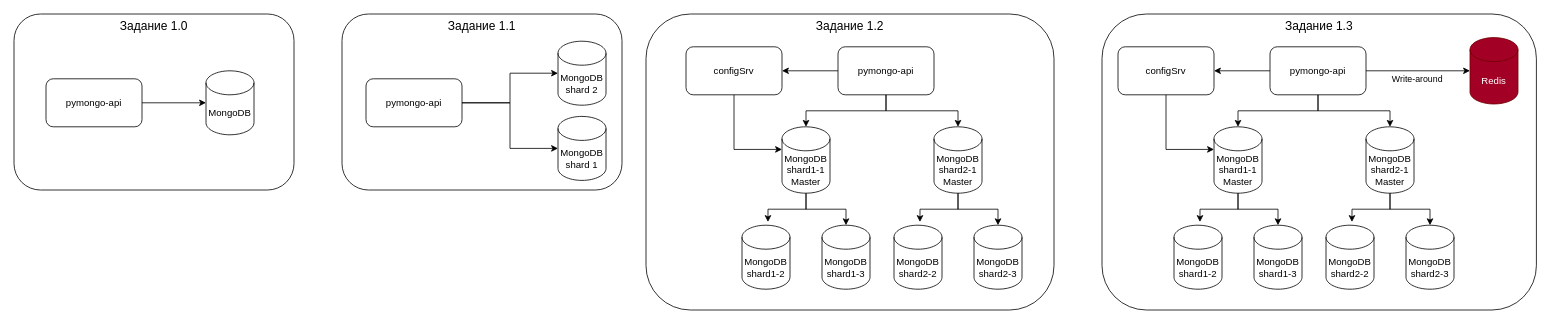
This is task1/task1.drawio from IvlevGreg/architecture-black_friday, a draw.io file, before an edit. Source tidied: cells renumbered, new cells numbered last; positions are measured from the earlier drawing's top-left corner, leaving out a move shared by most shapes. Both pictures are drawn from the tidied source at 80%, with x=0, y=0 at pixel (14, 14).
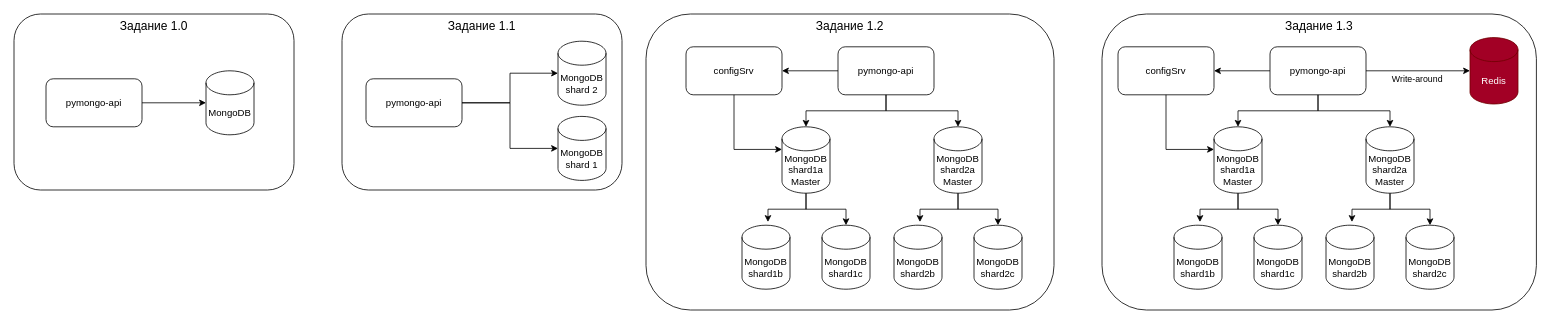
The same diagram, later.

Commit message:
Задание 1 поправил нейминг шардов

Change to the diagram source:
```diff
@@
-    <mxCell id="15" value="MongoDB&lt;div&gt;shard2-1&lt;/div&gt;&lt;div&gt;Master&lt;/div&gt;" style="shape=cylinder3;whiteSpace=wrap;html=1;boundedLbl=1;backgroundOutline=1;size=15;" parent="1" vertex="1">
+    <mxCell id="15" value="MongoDB&lt;div&gt;shard2a&lt;/div&gt;&lt;div&gt;Master&lt;/div&gt;" style="shape=cylinder3;whiteSpace=wrap;html=1;boundedLbl=1;backgroundOutline=1;size=15;" parent="1" vertex="1">
       <mxGeometry x="1150" y="141" width="60" height="83" as="geometry" />
     </mxCell>
@@
-    <mxCell id="17" value="MongoDB&lt;div&gt;shard2-2&lt;/div&gt;" style="shape=cylinder3;whiteSpace=wrap;html=1;boundedLbl=1;backgroundOutline=1;size=15;" parent="1" vertex="1">
+    <mxCell id="17" value="MongoDB&lt;div&gt;shard2b&lt;/div&gt;" style="shape=cylinder3;whiteSpace=wrap;html=1;boundedLbl=1;backgroundOutline=1;size=15;" parent="1" vertex="1">
       <mxGeometry x="1100" y="264" width="60" height="80" as="geometry" />
     </mxCell>
-    <mxCell id="18" value="MongoDB&lt;div&gt;shard2-3&lt;/div&gt;" style="shape=cylinder3;whiteSpace=wrap;html=1;boundedLbl=1;backgroundOutline=1;size=15;" parent="1" vertex="1">
+    <mxCell id="18" value="MongoDB&lt;div&gt;shard2c&lt;/div&gt;" style="shape=cylinder3;whiteSpace=wrap;html=1;boundedLbl=1;backgroundOutline=1;size=15;" parent="1" vertex="1">
       <mxGeometry x="1200" y="264" width="60" height="80" as="geometry" />
     </mxCell>
@@
-    <mxCell id="21" value="MongoDB&lt;br&gt;&lt;div&gt;&lt;span style=&quot;background-color: transparent;&quot;&gt;shard1-1&lt;br&gt;&lt;/span&gt;&lt;span style=&quot;background-color: transparent; color: light-dark(rgb(0, 0, 0), rgb(255, 255, 255));&quot;&gt;Master&lt;/span&gt;&lt;/div&gt;" style="shape=cylinder3;whiteSpace=wrap;html=1;boundedLbl=1;backgroundOutline=1;size=15;" parent="1" vertex="1">
+    <mxCell id="21" value="MongoDB&lt;br&gt;&lt;div&gt;&lt;span style=&quot;background-color: transparent;&quot;&gt;shard1a&lt;br&gt;&lt;/span&gt;&lt;span style=&quot;background-color: transparent; color: light-dark(rgb(0, 0, 0), rgb(255, 255, 255));&quot;&gt;Master&lt;/span&gt;&lt;/div&gt;" style="shape=cylinder3;whiteSpace=wrap;html=1;boundedLbl=1;backgroundOutline=1;size=15;" parent="1" vertex="1">
       <mxGeometry x="960" y="141" width="60" height="83" as="geometry" />
     </mxCell>
-    <mxCell id="22" value="MongoDB&lt;div&gt;shard1-2&lt;/div&gt;" style="shape=cylinder3;whiteSpace=wrap;html=1;boundedLbl=1;backgroundOutline=1;size=15;" parent="1" vertex="1">
+    <mxCell id="22" value="MongoDB&lt;div&gt;shard1b&lt;/div&gt;" style="shape=cylinder3;whiteSpace=wrap;html=1;boundedLbl=1;backgroundOutline=1;size=15;" parent="1" vertex="1">
       <mxGeometry x="910" y="264" width="60" height="80" as="geometry" />
     </mxCell>
-    <mxCell id="23" value="MongoDB&lt;div&gt;shard1-3&lt;/div&gt;" style="shape=cylinder3;whiteSpace=wrap;html=1;boundedLbl=1;backgroundOutline=1;size=15;" parent="1" vertex="1">
+    <mxCell id="23" value="MongoDB&lt;div&gt;shard1c&lt;/div&gt;" style="shape=cylinder3;whiteSpace=wrap;html=1;boundedLbl=1;backgroundOutline=1;size=15;" parent="1" vertex="1">
       <mxGeometry x="1010" y="264" width="60" height="80" as="geometry" />
     </mxCell>
@@
-    <mxCell id="41" value="MongoDB&lt;div&gt;shard2-1&lt;/div&gt;&lt;div&gt;Master&lt;/div&gt;" style="shape=cylinder3;whiteSpace=wrap;html=1;boundedLbl=1;backgroundOutline=1;size=15;" parent="1" vertex="1">
+    <mxCell id="41" value="MongoDB&lt;div&gt;shard2a&lt;/div&gt;&lt;div&gt;Master&lt;/div&gt;" style="shape=cylinder3;whiteSpace=wrap;html=1;boundedLbl=1;backgroundOutline=1;size=15;" parent="1" vertex="1">
       <mxGeometry x="1690" y="141" width="60" height="83" as="geometry" />
     </mxCell>
@@
-    <mxCell id="43" value="MongoDB&lt;div&gt;shard2-2&lt;/div&gt;" style="shape=cylinder3;whiteSpace=wrap;html=1;boundedLbl=1;backgroundOutline=1;size=15;" parent="1" vertex="1">
+    <mxCell id="43" value="MongoDB&lt;div&gt;shard2b&lt;/div&gt;" style="shape=cylinder3;whiteSpace=wrap;html=1;boundedLbl=1;backgroundOutline=1;size=15;" parent="1" vertex="1">
       <mxGeometry x="1640" y="264" width="60" height="80" as="geometry" />
     </mxCell>
-    <mxCell id="44" value="MongoDB&lt;div&gt;shard2-3&lt;/div&gt;" style="shape=cylinder3;whiteSpace=wrap;html=1;boundedLbl=1;backgroundOutline=1;size=15;" parent="1" vertex="1">
+    <mxCell id="44" value="MongoDB&lt;div&gt;shard2c&lt;/div&gt;" style="shape=cylinder3;whiteSpace=wrap;html=1;boundedLbl=1;backgroundOutline=1;size=15;" parent="1" vertex="1">
       <mxGeometry x="1740" y="264" width="60" height="80" as="geometry" />
     </mxCell>
@@
-    <mxCell id="47" value="MongoDB&lt;br&gt;&lt;div&gt;&lt;span style=&quot;background-color: transparent;&quot;&gt;shard1-1&lt;br&gt;&lt;/span&gt;&lt;span style=&quot;background-color: transparent; color: light-dark(rgb(0, 0, 0), rgb(255, 255, 255));&quot;&gt;Master&lt;/span&gt;&lt;/div&gt;" style="shape=cylinder3;whiteSpace=wrap;html=1;boundedLbl=1;backgroundOutline=1;size=15;" parent="1" vertex="1">
+    <mxCell id="47" value="MongoDB&lt;br&gt;&lt;div&gt;&lt;span style=&quot;background-color: transparent;&quot;&gt;shard1a&lt;br&gt;&lt;/span&gt;&lt;span style=&quot;background-color: transparent; color: light-dark(rgb(0, 0, 0), rgb(255, 255, 255));&quot;&gt;Master&lt;/span&gt;&lt;/div&gt;" style="shape=cylinder3;whiteSpace=wrap;html=1;boundedLbl=1;backgroundOutline=1;size=15;" parent="1" vertex="1">
       <mxGeometry x="1500" y="141" width="60" height="83" as="geometry" />
     </mxCell>
-    <mxCell id="48" value="MongoDB&lt;div&gt;shard1-2&lt;/div&gt;" style="shape=cylinder3;whiteSpace=wrap;html=1;boundedLbl=1;backgroundOutline=1;size=15;" parent="1" vertex="1">
+    <mxCell id="48" value="MongoDB&lt;div&gt;shard1b&lt;/div&gt;" style="shape=cylinder3;whiteSpace=wrap;html=1;boundedLbl=1;backgroundOutline=1;size=15;" parent="1" vertex="1">
       <mxGeometry x="1450" y="264" width="60" height="80" as="geometry" />
     </mxCell>
-    <mxCell id="49" value="MongoDB&lt;div&gt;shard1-3&lt;/div&gt;" style="shape=cylinder3;whiteSpace=wrap;html=1;boundedLbl=1;backgroundOutline=1;size=15;" parent="1" vertex="1">
+    <mxCell id="49" value="MongoDB&lt;div&gt;shard1c&lt;/div&gt;" style="shape=cylinder3;whiteSpace=wrap;html=1;boundedLbl=1;backgroundOutline=1;size=15;" parent="1" vertex="1">
       <mxGeometry x="1550" y="264" width="60" height="80" as="geometry" />
     </mxCell>
```
